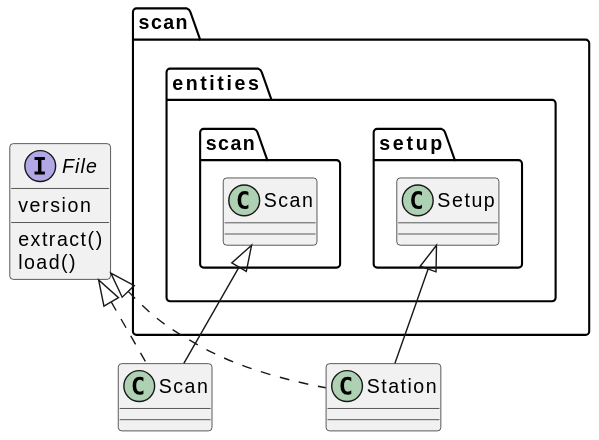
Above: docs/uml/evedata.scan.boundaries.scan.svg in tillbiskup/evedata (PlantUML), before the change.
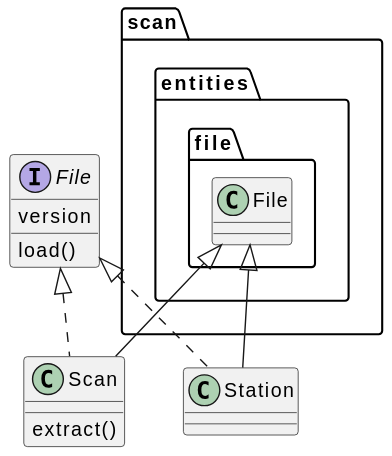
The same file after the commit.

What changed in the source:
```diff
@@ -2,13 +2,13 @@
 
 interface File {
     version
-    extract()
     load()
 }
 
-class Scan extends scan.entities.scan.Scan implements File {
+class Scan extends scan.entities.file.File implements File {
+    extract()
 }
 
-class Station extends scan.entities.setup.Setup implements File {
+class Station extends scan.entities.file.File implements File {
 }
 @enduml
```
